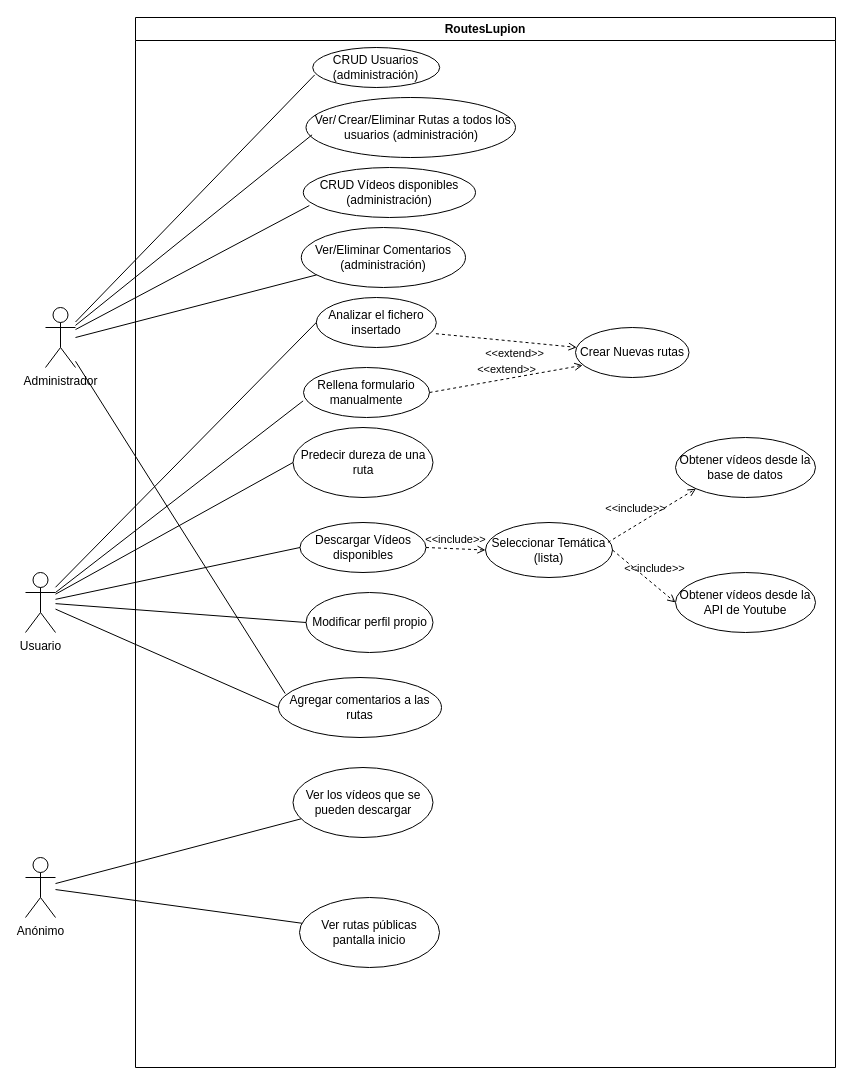
Before: DiagramaCasosUso.drawio in Pablolumar1/Diagramas_ProyectoFinal, a draw.io diagram. Source tidied: cells renumbered, new cells numbered last; positions are measured from the earlier drawing's top-left corner, leaving out a move shared by most shapes. Both pictures are drawn from the tidied source at 100%, with x=0, y=0 at pixel (25, 17).
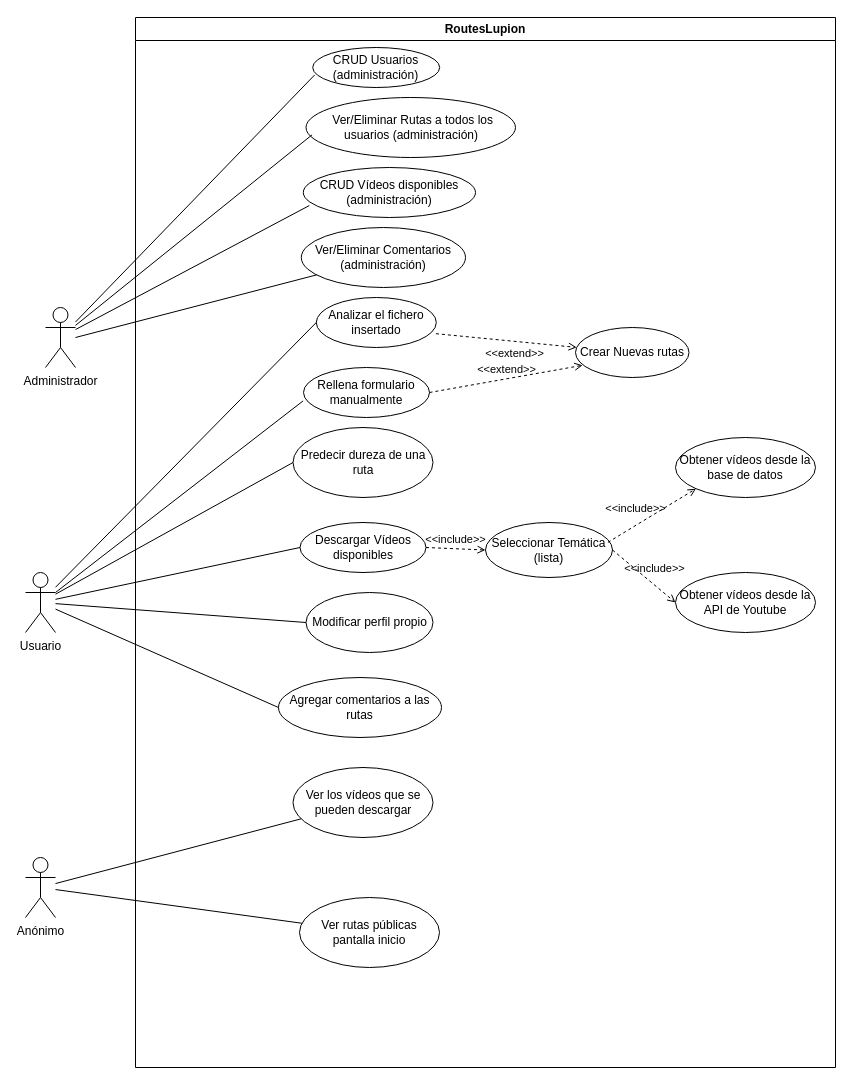
After the change.

The change refers to these unchanged cells:
```xml
<mxCell id="2" value="RoutesLupion" style="swimlane;whiteSpace=wrap;html=1;startSize=23;" parent="1" vertex="1">
  <mxGeometry x="110" width="700" height="1050" as="geometry" />
</mxCell>
<mxCell id="19" value="Agregar comentarios a las rutas" style="ellipse;whiteSpace=wrap;html=1;" parent="2" vertex="1">
  <mxGeometry x="143" y="660" width="163" height="60" as="geometry" />
</mxCell>
<mxCell id="24" value="Administrador" style="shape=umlActor;verticalLabelPosition=bottom;verticalAlign=top;html=1;outlineConnect=0;" parent="1" vertex="1">
  <mxGeometry x="20" y="290" width="30" height="60" as="geometry" />
</mxCell>
```

The edit, as a diff of the source:
```diff
@@
-    <mxCell id="4" value="&amp;nbsp;Ver/&lt;span style=&quot;white-space: pre;&quot;&gt;&#9;&lt;/span&gt;Crear/Eliminar Rutas a todos los usuarios (administración&lt;span style=&quot;color: light-dark(rgb(0, 0, 0), rgb(255, 255, 255)); background-color: transparent;&quot;&gt;)&lt;/span&gt;" style="ellipse;whiteSpace=wrap;html=1;" parent="2" vertex="1">
+    <mxCell id="4" value="&amp;nbsp;Ver/Eliminar Rutas a todos los usuarios (administración&lt;span style=&quot;color: light-dark(rgb(0, 0, 0), rgb(255, 255, 255)); background-color: transparent;&quot;&gt;)&lt;/span&gt;" style="ellipse;whiteSpace=wrap;html=1;" parent="2" vertex="1">
       <mxGeometry x="170.5" y="80" width="209.5" height="60" as="geometry" />
     </mxCell>
@@
-    <mxCell id="36" style="edgeStyle=none;html=1;endArrow=none;verticalAlign=bottom;rounded=0;entryX=0.041;entryY=0.267;entryDx=0;entryDy=0;entryPerimeter=0;" parent="1" edge="1" source="24" target="19">
-      <mxGeometry relative="1" as="geometry" />
-    </mxCell>
```
